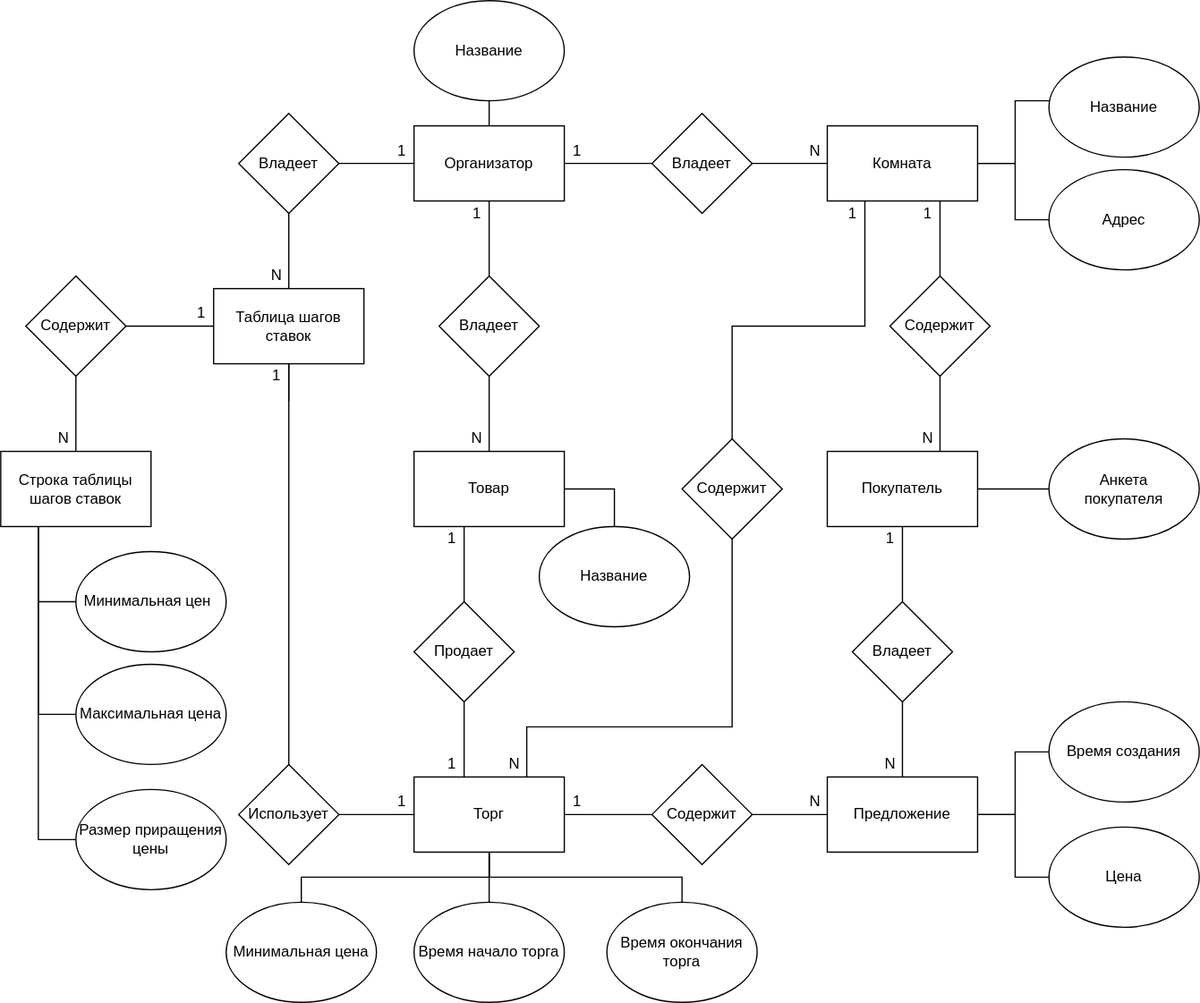
maxhha/iu7-2022-sd-labs keeps this draw.io diagram as docs/er-system.drawio.svg. Above is the earlier version. Source tidied: cells renumbered, new cells last; positions are measured from the earlier drawing's top-left corner, leaving out a move shared by most shapes.
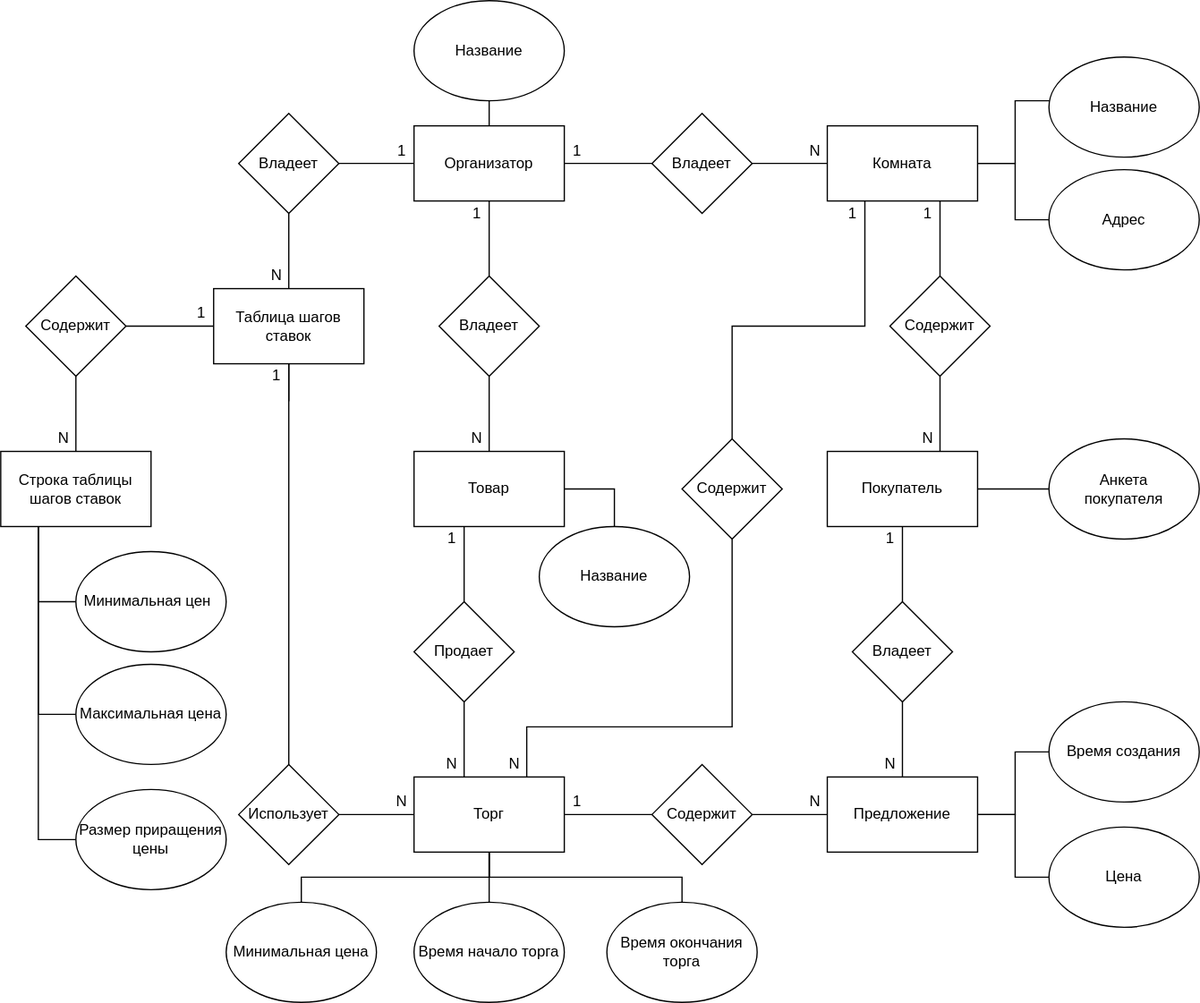
Above is the later version.

The edit, as a diff of the source:
```diff
@@ -249,7 +249,7 @@
     <mxCell id="67" value="1" style="text;html=1;align=center;verticalAlign=middle;strokeColor=none;fillColor=none;" parent="1" vertex="1">
       <mxGeometry x="150" y="240" width="20" height="20" as="geometry" />
     </mxCell>
-    <mxCell id="68" value="1" style="text;html=1;align=center;verticalAlign=middle;strokeColor=none;fillColor=none;" parent="1" vertex="1">
+    <mxCell id="68" value="N" style="text;html=1;align=center;verticalAlign=middle;strokeColor=none;fillColor=none;" parent="1" vertex="1">
       <mxGeometry x="310" y="630" width="20" height="20" as="geometry" />
     </mxCell>
     <mxCell id="69" style="edgeStyle=orthogonalEdgeStyle;rounded=0;jettySize=auto;html=1;endArrow=none;endFill=0;" parent="1" edge="1" source="71">
@@ -273,7 +273,7 @@
     <mxCell id="71" value="Продает" style="rhombus;whiteSpace=wrap;html=1;" parent="1" vertex="1">
       <mxGeometry x="330" y="480" width="80" height="80" as="geometry" />
     </mxCell>
-    <mxCell id="72" value="1" style="text;html=1;align=center;verticalAlign=middle;strokeColor=none;fillColor=none;" parent="1" vertex="1">
+    <mxCell id="72" value="N" style="text;html=1;align=center;verticalAlign=middle;strokeColor=none;fillColor=none;" parent="1" vertex="1">
       <mxGeometry x="350" y="600" width="20" height="20" as="geometry" />
     </mxCell>
     <mxCell id="73" value="1" style="text;html=1;align=center;verticalAlign=middle;strokeColor=none;fillColor=none;" parent="1" vertex="1">
```
